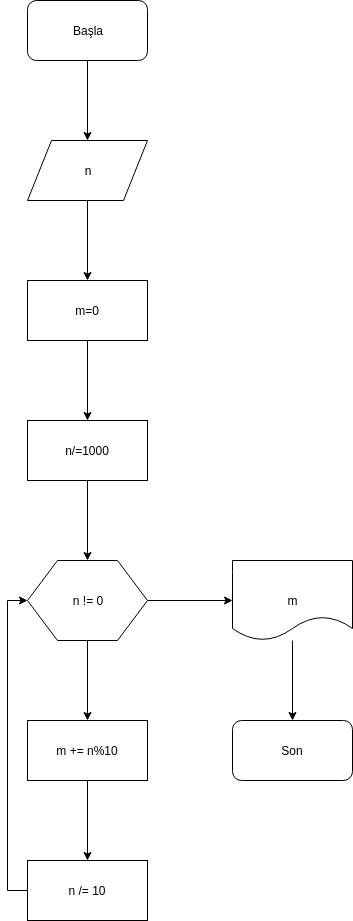
This is 6reqemli.png from heybetov1998/14.02.2017, a draw.io export, as it was before one commit. Source tidied: cells renumbered, new cells last; positions are measured from the earlier drawing's top-left corner, leaving out a move shared by most shapes. Source of this version:
```xml
<mxGraphModel background="#ffffff">
  <root>
    <mxCell id="0" />
    <mxCell id="1" parent="0" />
    <mxCell id="2" style="edgeStyle=orthogonalEdgeStyle;rounded=0;html=1;jettySize=auto;" parent="1" edge="1" source="3">
      <mxGeometry x="425" y="70" as="geometry">
        <mxPoint x="80" y="140" as="targetPoint" />
      </mxGeometry>
    </mxCell>
    <mxCell id="3" value="Başla" style="rounded=1;whiteSpace=wrap;html=1;fillColor=#ffffff;gradientColor=none;" parent="1" vertex="1">
      <mxGeometry x="20" width="120" height="60" as="geometry" />
    </mxCell>
    <mxCell id="4" style="edgeStyle=orthogonalEdgeStyle;rounded=0;html=1;jettySize=auto;" parent="1" edge="1" source="5">
      <mxGeometry x="425" y="210" as="geometry">
        <mxPoint x="80" y="280" as="targetPoint" />
      </mxGeometry>
    </mxCell>
    <mxCell id="5" value="n" style="shape=parallelogram;whiteSpace=wrap;html=1;fillColor=#ffffff;gradientColor=none;" parent="1" vertex="1">
      <mxGeometry x="20" y="140" width="120" height="60" as="geometry" />
    </mxCell>
    <mxCell id="6" style="edgeStyle=orthogonalEdgeStyle;rounded=0;html=1;jettySize=auto;" parent="1" edge="1" source="7" target="9">
      <mxGeometry x="425" y="350" as="geometry" />
    </mxCell>
    <mxCell id="7" value="m=0" style="whiteSpace=wrap;html=1;fillColor=#ffffff;gradientColor=none;" parent="1" vertex="1">
      <mxGeometry x="20" y="280" width="120" height="60" as="geometry" />
    </mxCell>
    <mxCell id="8" style="edgeStyle=orthogonalEdgeStyle;rounded=0;html=1;jettySize=auto;" parent="1" edge="1" source="9">
      <mxGeometry x="425" y="490" as="geometry">
        <mxPoint x="80" y="560" as="targetPoint" />
      </mxGeometry>
    </mxCell>
    <mxCell id="9" value="n/=1000" style="whiteSpace=wrap;html=1;fillColor=#ffffff;gradientColor=none;" parent="1" vertex="1">
      <mxGeometry x="20" y="420" width="120" height="60" as="geometry" />
    </mxCell>
    <mxCell id="10" style="edgeStyle=orthogonalEdgeStyle;rounded=0;html=1;jettySize=auto;" parent="1" edge="1" source="12">
      <mxGeometry x="425" y="650" as="geometry">
        <mxPoint x="80" y="720" as="targetPoint" />
      </mxGeometry>
    </mxCell>
    <mxCell id="11" style="edgeStyle=orthogonalEdgeStyle;rounded=0;html=1;jettySize=auto;entryX=0;entryY=0.5;" parent="1" edge="1" source="12" target="18">
      <mxGeometry x="485" y="610" as="geometry" />
    </mxCell>
    <mxCell id="12" value="n != 0" style="shape=hexagon;perimeter=hexagonPerimeter;whiteSpace=wrap;html=1;fillColor=#ffffff;gradientColor=none;" parent="1" vertex="1">
      <mxGeometry x="20" y="560" width="120" height="80" as="geometry" />
    </mxCell>
    <mxCell id="13" style="edgeStyle=orthogonalEdgeStyle;rounded=0;html=1;jettySize=auto;" parent="1" edge="1" source="14" target="16">
      <mxGeometry x="425" y="790" as="geometry" />
    </mxCell>
    <mxCell id="14" value="m += n%10" style="whiteSpace=wrap;html=1;fillColor=#ffffff;gradientColor=none;" parent="1" vertex="1">
      <mxGeometry x="20" y="720" width="120" height="60" as="geometry" />
    </mxCell>
    <mxCell id="15" style="edgeStyle=orthogonalEdgeStyle;rounded=0;html=1;entryX=0;entryY=0.5;jettySize=auto;" parent="1" edge="1" source="16" target="12">
      <mxGeometry x="345" y="610" as="geometry">
        <Array as="points">
          <mxPoint y="890" />
          <mxPoint y="600" />
        </Array>
      </mxGeometry>
    </mxCell>
    <mxCell id="16" value="n /= 10" style="whiteSpace=wrap;html=1;fillColor=#ffffff;gradientColor=none;" parent="1" vertex="1">
      <mxGeometry x="20" y="860" width="120" height="60" as="geometry" />
    </mxCell>
    <mxCell id="17" style="edgeStyle=orthogonalEdgeStyle;rounded=0;html=1;jettySize=auto;" parent="1" edge="1" source="18">
      <mxGeometry x="630" y="650" as="geometry">
        <mxPoint x="285" y="720" as="targetPoint" />
      </mxGeometry>
    </mxCell>
    <mxCell id="18" value="m" style="shape=document;whiteSpace=wrap;html=1;fillColor=#ffffff;gradientColor=none;" parent="1" vertex="1">
      <mxGeometry x="225" y="560" width="120" height="80" as="geometry" />
    </mxCell>
    <mxCell id="19" value="Son" style="rounded=1;whiteSpace=wrap;html=1;fillColor=#ffffff;gradientColor=none;" parent="1" vertex="1">
      <mxGeometry x="225" y="720" width="120" height="60" as="geometry" />
    </mxCell>
  </root>
</mxGraphModel>
```
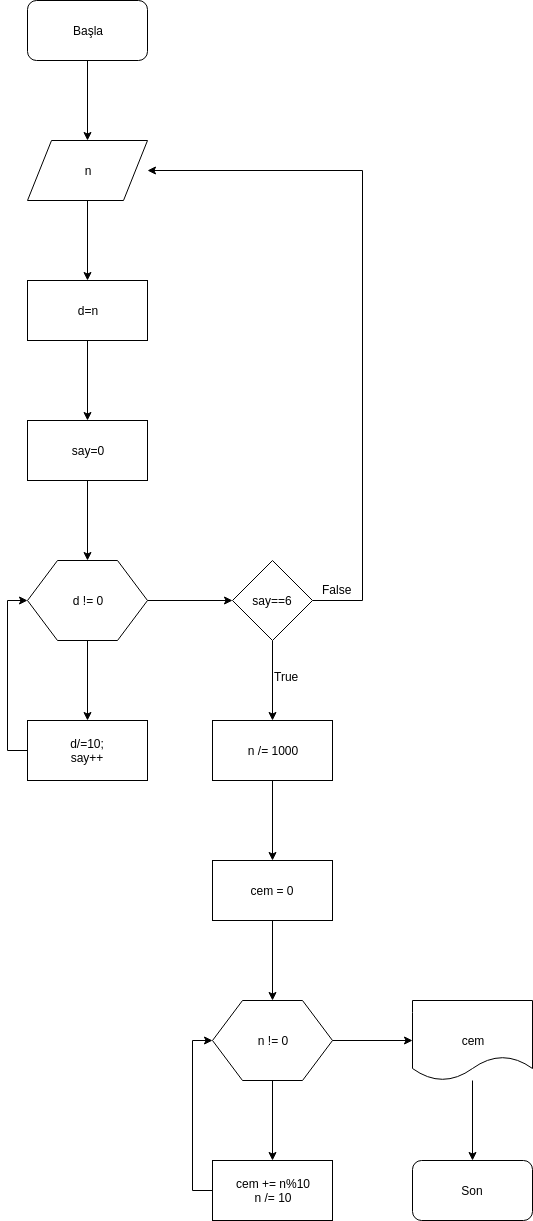
The same diagram one commit later.

Change to the diagram source:
```diff
@@ -18,10 +18,12 @@
     <mxCell id="5" value="n" style="shape=parallelogram;whiteSpace=wrap;html=1;fillColor=#ffffff;gradientColor=none;" parent="1" vertex="1">
       <mxGeometry x="20" y="140" width="120" height="60" as="geometry" />
     </mxCell>
-    <mxCell id="6" style="edgeStyle=orthogonalEdgeStyle;rounded=0;html=1;jettySize=auto;" parent="1" edge="1" source="7" target="9">
-      <mxGeometry x="425" y="350" as="geometry" />
+    <mxCell id="6" style="edgeStyle=orthogonalEdgeStyle;rounded=0;html=1;jettySize=auto;" parent="1" edge="1" source="7">
+      <mxGeometry x="425" y="350" as="geometry">
+        <mxPoint x="80" y="420" as="targetPoint" />
+      </mxGeometry>
     </mxCell>
-    <mxCell id="7" value="m=0" style="whiteSpace=wrap;html=1;fillColor=#ffffff;gradientColor=none;" parent="1" vertex="1">
+    <mxCell id="7" value="d=n" style="whiteSpace=wrap;html=1;fillColor=#ffffff;gradientColor=none;" parent="1" vertex="1">
       <mxGeometry x="20" y="280" width="120" height="60" as="geometry" />
     </mxCell>
     <mxCell id="8" style="edgeStyle=orthogonalEdgeStyle;rounded=0;html=1;jettySize=auto;" parent="1" edge="1" source="9">
@@ -29,7 +31,7 @@
         <mxPoint x="80" y="560" as="targetPoint" />
       </mxGeometry>
     </mxCell>
-    <mxCell id="9" value="n/=1000" style="whiteSpace=wrap;html=1;fillColor=#ffffff;gradientColor=none;" parent="1" vertex="1">
+    <mxCell id="9" value="say=0" style="whiteSpace=wrap;html=1;fillColor=#ffffff;gradientColor=none;" parent="1" vertex="1">
       <mxGeometry x="20" y="420" width="120" height="60" as="geometry" />
     </mxCell>
     <mxCell id="10" style="edgeStyle=orthogonalEdgeStyle;rounded=0;html=1;jettySize=auto;" parent="1" edge="1" source="12">
@@ -37,39 +39,95 @@
         <mxPoint x="80" y="720" as="targetPoint" />
       </mxGeometry>
     </mxCell>
-    <mxCell id="11" style="edgeStyle=orthogonalEdgeStyle;rounded=0;html=1;jettySize=auto;entryX=0;entryY=0.5;" parent="1" edge="1" source="12" target="18">
+    <mxCell id="11" style="edgeStyle=orthogonalEdgeStyle;rounded=0;html=1;jettySize=auto;entryX=0;entryY=0.5;" parent="1" edge="1" source="12" target="17">
       <mxGeometry x="485" y="610" as="geometry" />
     </mxCell>
-    <mxCell id="12" value="n != 0" style="shape=hexagon;perimeter=hexagonPerimeter;whiteSpace=wrap;html=1;fillColor=#ffffff;gradientColor=none;" parent="1" vertex="1">
+    <mxCell id="12" value="d != 0" style="shape=hexagon;perimeter=hexagonPerimeter;whiteSpace=wrap;html=1;fillColor=#ffffff;gradientColor=none;" parent="1" vertex="1">
       <mxGeometry x="20" y="560" width="120" height="80" as="geometry" />
     </mxCell>
-    <mxCell id="13" style="edgeStyle=orthogonalEdgeStyle;rounded=0;html=1;jettySize=auto;" parent="1" edge="1" source="14" target="16">
-      <mxGeometry x="425" y="790" as="geometry" />
+    <mxCell id="13" style="edgeStyle=orthogonalEdgeStyle;rounded=0;html=1;entryX=0;entryY=0.5;jettySize=auto;" parent="1" edge="1" source="14" target="12">
+      <mxGeometry x="345" y="610" as="geometry">
+        <Array as="points">
+          <mxPoint y="750" />
+          <mxPoint y="600" />
+        </Array>
+      </mxGeometry>
     </mxCell>
-    <mxCell id="14" value="m += n%10" style="whiteSpace=wrap;html=1;fillColor=#ffffff;gradientColor=none;" parent="1" vertex="1">
+    <mxCell id="14" value="d/=10;&lt;div&gt;say++&lt;/div&gt;" style="whiteSpace=wrap;html=1;fillColor=#ffffff;gradientColor=none;" parent="1" vertex="1">
       <mxGeometry x="20" y="720" width="120" height="60" as="geometry" />
     </mxCell>
-    <mxCell id="15" style="edgeStyle=orthogonalEdgeStyle;rounded=0;html=1;entryX=0;entryY=0.5;jettySize=auto;" parent="1" edge="1" source="16" target="12">
-      <mxGeometry x="345" y="610" as="geometry">
-        <Array as="points">
-          <mxPoint y="890" />
-          <mxPoint y="600" />
-        </Array>
+    <mxCell id="15" style="edgeStyle=orthogonalEdgeStyle;rounded=0;html=1;jettySize=auto;" parent="1" edge="1" source="17">
+      <mxGeometry x="610" y="650" as="geometry">
+        <mxPoint x="265" y="720" as="targetPoint" />
       </mxGeometry>
     </mxCell>
-    <mxCell id="16" value="n /= 10" style="whiteSpace=wrap;html=1;fillColor=#ffffff;gradientColor=none;" parent="1" vertex="1">
-      <mxGeometry x="20" y="860" width="120" height="60" as="geometry" />
+    <mxCell id="16" style="edgeStyle=orthogonalEdgeStyle;rounded=0;html=1;jettySize=auto;entryX=1;entryY=0.5;" parent="1" edge="1" source="17" target="5">
+      <mxGeometry x="485" y="180" as="geometry">
+        <Array as="points">
+          <mxPoint x="355" y="600" />
+          <mxPoint x="355" y="170" />
+        </Array>
+      </mxGeometry>
     </mxCell>
-    <mxCell id="17" style="edgeStyle=orthogonalEdgeStyle;rounded=0;html=1;jettySize=auto;" parent="1" edge="1" source="18">
-      <mxGeometry x="630" y="650" as="geometry">
-        <mxPoint x="285" y="720" as="targetPoint" />
-      </mxGeometry>
+    <mxCell id="17" value="say==6" style="rhombus;whiteSpace=wrap;html=1;fillColor=#ffffff;gradientColor=none;" parent="1" vertex="1">
+      <mxGeometry x="225" y="560" width="80" height="80" as="geometry" />
     </mxCell>
-    <mxCell id="18" value="m" style="shape=document;whiteSpace=wrap;html=1;fillColor=#ffffff;gradientColor=none;" parent="1" vertex="1">
-      <mxGeometry x="225" y="560" width="120" height="80" as="geometry" />
+    <mxCell id="18" value="False" style="text;html=1;points=[];align=left;verticalAlign=top;spacingTop=-4;" parent="1" vertex="1">
+      <mxGeometry x="313" y="580" width="40" height="20" as="geometry" />
     </mxCell>
-    <mxCell id="19" value="Son" style="rounded=1;whiteSpace=wrap;html=1;fillColor=#ffffff;gradientColor=none;" parent="1" vertex="1">
-      <mxGeometry x="225" y="720" width="120" height="60" as="geometry" />
+    <mxCell id="19" value="True" style="text;html=1;align=left;verticalAlign=top;spacingTop=-4;" parent="1" vertex="1">
+      <mxGeometry x="265" y="667" width="40" height="20" as="geometry" />
     </mxCell>
+    <mxCell id="20" style="edgeStyle=orthogonalEdgeStyle;rounded=0;html=1;jettySize=auto;" parent="1" edge="1" source="21">
+      <mxGeometry x="610" y="790" as="geometry">
+        <mxPoint x="265" y="860" as="targetPoint" />
+      </mxGeometry>
+    </mxCell>
+    <mxCell id="21" value="n /= 1000" style="whiteSpace=wrap;html=1;fillColor=#ffffff;gradientColor=none;" parent="1" vertex="1">
+      <mxGeometry x="205" y="720" width="120" height="60" as="geometry" />
+    </mxCell>
+    <mxCell id="22" style="edgeStyle=orthogonalEdgeStyle;rounded=0;html=1;jettySize=auto;" parent="1" edge="1" source="23">
+      <mxGeometry x="610" y="930" as="geometry">
+        <mxPoint x="265" y="1000" as="targetPoint" />
+      </mxGeometry>
+    </mxCell>
+    <mxCell id="23" value="cem = 0" style="whiteSpace=wrap;html=1;fillColor=#ffffff;gradientColor=none;" parent="1" vertex="1">
+      <mxGeometry x="205" y="860" width="120" height="60" as="geometry" />
+    </mxCell>
+    <mxCell id="24" style="edgeStyle=orthogonalEdgeStyle;rounded=0;html=1;jettySize=auto;" parent="1" edge="1" source="26">
+      <mxGeometry x="610" y="1090" as="geometry">
+        <mxPoint x="265" y="1160" as="targetPoint" />
+      </mxGeometry>
+    </mxCell>
+    <mxCell id="25" style="edgeStyle=orthogonalEdgeStyle;rounded=0;html=1;jettySize=auto;" parent="1" edge="1" source="26">
+      <mxGeometry x="670" y="1050" as="geometry">
+        <mxPoint x="405" y="1040" as="targetPoint" />
+      </mxGeometry>
+    </mxCell>
+    <mxCell id="26" value="n != 0" style="shape=hexagon;perimeter=hexagonPerimeter;whiteSpace=wrap;html=1;fillColor=#ffffff;gradientColor=none;" parent="1" vertex="1">
+      <mxGeometry x="205" y="1000" width="120" height="80" as="geometry" />
+    </mxCell>
+    <mxCell id="27" style="edgeStyle=orthogonalEdgeStyle;rounded=0;html=1;entryX=0;entryY=0.5;jettySize=auto;" parent="1" edge="1" source="28" target="26">
+      <mxGeometry x="530" y="1050" as="geometry">
+        <Array as="points">
+          <mxPoint x="185" y="1190" />
+          <mxPoint x="185" y="1040" />
+        </Array>
+      </mxGeometry>
+    </mxCell>
+    <mxCell id="28" value="cem += n%10&lt;div&gt;n /= 10&lt;/div&gt;" style="whiteSpace=wrap;html=1;fillColor=#ffffff;gradientColor=none;" parent="1" vertex="1">
+      <mxGeometry x="205" y="1160" width="120" height="60" as="geometry" />
+    </mxCell>
+    <mxCell id="29" style="edgeStyle=orthogonalEdgeStyle;rounded=0;html=1;jettySize=auto;" parent="1" edge="1" source="30">
+      <mxGeometry x="810" y="1090" as="geometry">
+        <mxPoint x="465" y="1160" as="targetPoint" />
+      </mxGeometry>
+    </mxCell>
+    <mxCell id="30" value="cem" style="shape=document;whiteSpace=wrap;html=1;fillColor=#ffffff;gradientColor=none;" parent="1" vertex="1">
+      <mxGeometry x="405" y="1000" width="120" height="80" as="geometry" />
+    </mxCell>
+    <mxCell id="31" value="Son" style="rounded=1;whiteSpace=wrap;html=1;fillColor=#ffffff;gradientColor=none;" parent="1" vertex="1">
+      <mxGeometry x="405" y="1160" width="120" height="60" as="geometry" />
+    </mxCell>
   </root>
 </mxGraphModel>
```
